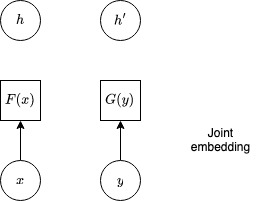
The draw.io diagram machine_learning/diagrams/joint_embedding.drawio.png in analytiq-hub/sigagent.github.io, before a commit. Source tidied: cells renumbered, new cells last; positions are measured from the earlier drawing's top-left corner, leaving out a move shared by most shapes.
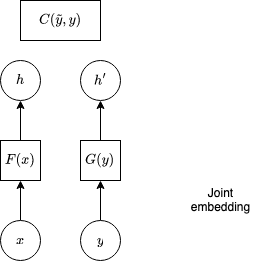
The same diagram one commit later.

Diff of the diagram source:
```diff
@@ -8,8 +8,11 @@
     <mxCell id="3" value="$$x$$" style="ellipse;whiteSpace=wrap;html=1;" parent="1" vertex="1">
       <mxGeometry y="160" width="40" height="40" as="geometry" />
     </mxCell>
+    <mxCell id="12" style="edgeStyle=orthogonalEdgeStyle;rounded=0;jettySize=auto;html=1;exitX=0.5;exitY=0;exitDx=0;exitDy=0;entryX=0.5;entryY=1;entryDx=0;entryDy=0;" parent="1" edge="1" source="4" target="11">
+      <mxGeometry relative="1" as="geometry" />
+    </mxCell>
     <mxCell id="4" value="$$G(y)$$" style="rounded=0;whiteSpace=wrap;html=1;" parent="1" vertex="1">
-      <mxGeometry x="100" y="80" width="40" height="40" as="geometry" />
+      <mxGeometry x="80" y="80" width="40" height="40" as="geometry" />
     </mxCell>
     <mxCell id="5" style="edgeStyle=orthogonalEdgeStyle;rounded=0;orthogonalLoop=1;jettySize=auto;html=1;exitX=0.5;exitY=1;exitDx=0;exitDy=0;" parent="1" edge="1" source="4" target="4">
       <mxGeometry relative="1" as="geometry" />
@@ -18,11 +21,14 @@
       <mxGeometry relative="1" as="geometry" />
     </mxCell>
     <mxCell id="7" value="&lt;div&gt;$$y$$&lt;/div&gt;" style="ellipse;whiteSpace=wrap;html=1;" parent="1" vertex="1">
-      <mxGeometry x="100" y="160" width="40" height="40" as="geometry" />
+      <mxGeometry x="80" y="160" width="40" height="40" as="geometry" />
     </mxCell>
     <mxCell id="8" value="&lt;div&gt;Joint&lt;/div&gt;&lt;div&gt;embedding&lt;br&gt;&lt;/div&gt;" style="text;html=1;align=center;verticalAlign=middle;strokeColor=none;fillColor=none;" parent="1" vertex="1">
       <mxGeometry x="180" y="120" width="80" height="40" as="geometry" />
     </mxCell>
+    <mxCell id="13" style="edgeStyle=orthogonalEdgeStyle;rounded=0;jettySize=auto;html=1;exitX=0.5;exitY=0;exitDx=0;exitDy=0;entryX=0.5;entryY=1;entryDx=0;entryDy=0;" parent="1" edge="1" source="9" target="10">
+      <mxGeometry relative="1" as="geometry" />
+    </mxCell>
     <mxCell id="9" value="$$F(x)$$" style="rounded=0;whiteSpace=wrap;html=1;" parent="1" vertex="1">
       <mxGeometry y="80" width="40" height="40" as="geometry" />
     </mxCell>
@@ -30,7 +36,10 @@
       <mxGeometry width="40" height="40" as="geometry" />
     </mxCell>
     <mxCell id="11" value="$$h'$$" style="ellipse;whiteSpace=wrap;html=1;" parent="1" vertex="1">
-      <mxGeometry x="100" width="40" height="40" as="geometry" />
+      <mxGeometry x="80" width="40" height="40" as="geometry" />
     </mxCell>
+    <mxCell id="14" value="$$C(\tilde{y},y)$$" style="rounded=0;whiteSpace=wrap;html=1;" parent="1" vertex="1">
+      <mxGeometry x="20" y="-60" width="80" height="40" as="geometry" />
+    </mxCell>
   </root>
 </mxGraphModel>
```
